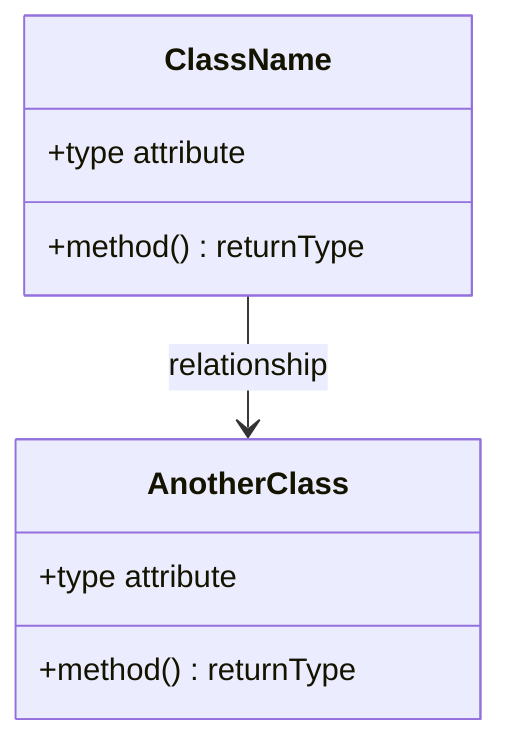
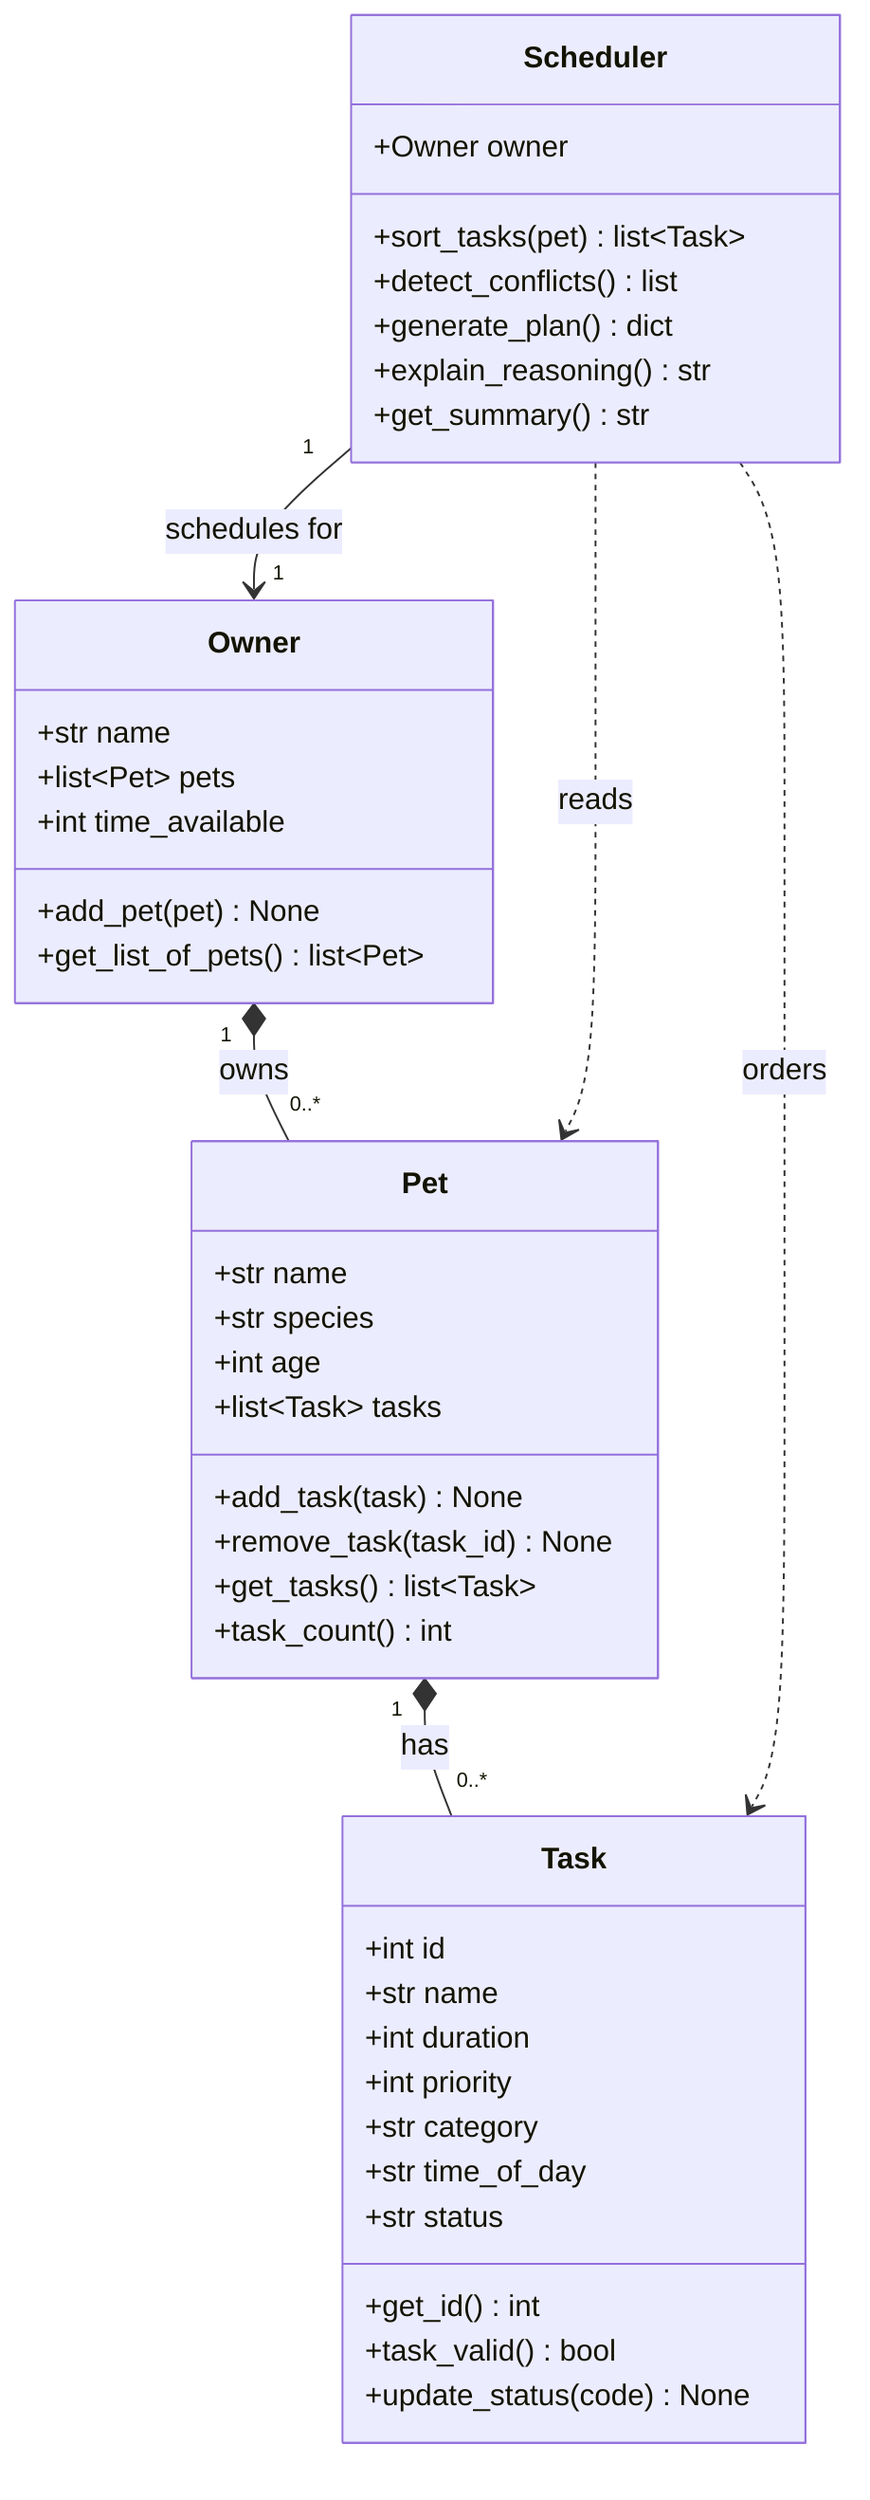
classDiagram
-     %% Replace the placeholders below with your actual classes, attributes, methods, and relationships.
+     %% PawPal+ class diagram — based on the brainstorm in reflection.md.
    %% Keep this file updated so it matches your final implementation.

-     class ClassName {
-         +type attribute
-         +method() returnType
+     class Owner {
+         +str name
+         +list~Pet~ pets
+         +int time_available
+         +add_pet(pet) None
+         +get_list_of_pets() list~Pet~
    }

-     class AnotherClass {
-         +type attribute
-         +method() returnType
+     class Pet {
+         +str name
+         +str species
+         +int age
+         +list~Task~ tasks
+         +add_task(task) None
+         +remove_task(task_id) None
+         +get_tasks() list~Task~
+         +task_count() int
    }

-     ClassName --> AnotherClass : relationship
+     class Task {
+         +int id
+         +str name
+         +int duration
+         +int priority
+         +str category
+         +str time_of_day
+         +str status
+         +get_id() int
+         +task_valid() bool
+         +update_status(code) None
+     }
+ 
+     class Scheduler {
+         +Owner owner
+         +sort_tasks(pet) list~Task~
+         +detect_conflicts() list
+         +generate_plan() dict
+         +explain_reasoning() str
+         +get_summary() str
+     }
+ 
+     Owner "1" *-- "0..*" Pet : owns
+     Pet "1" *-- "0..*" Task : has
+     Scheduler "1" --> "1" Owner : schedules for
+     Scheduler ..> Pet : reads
+     Scheduler ..> Task : orders
